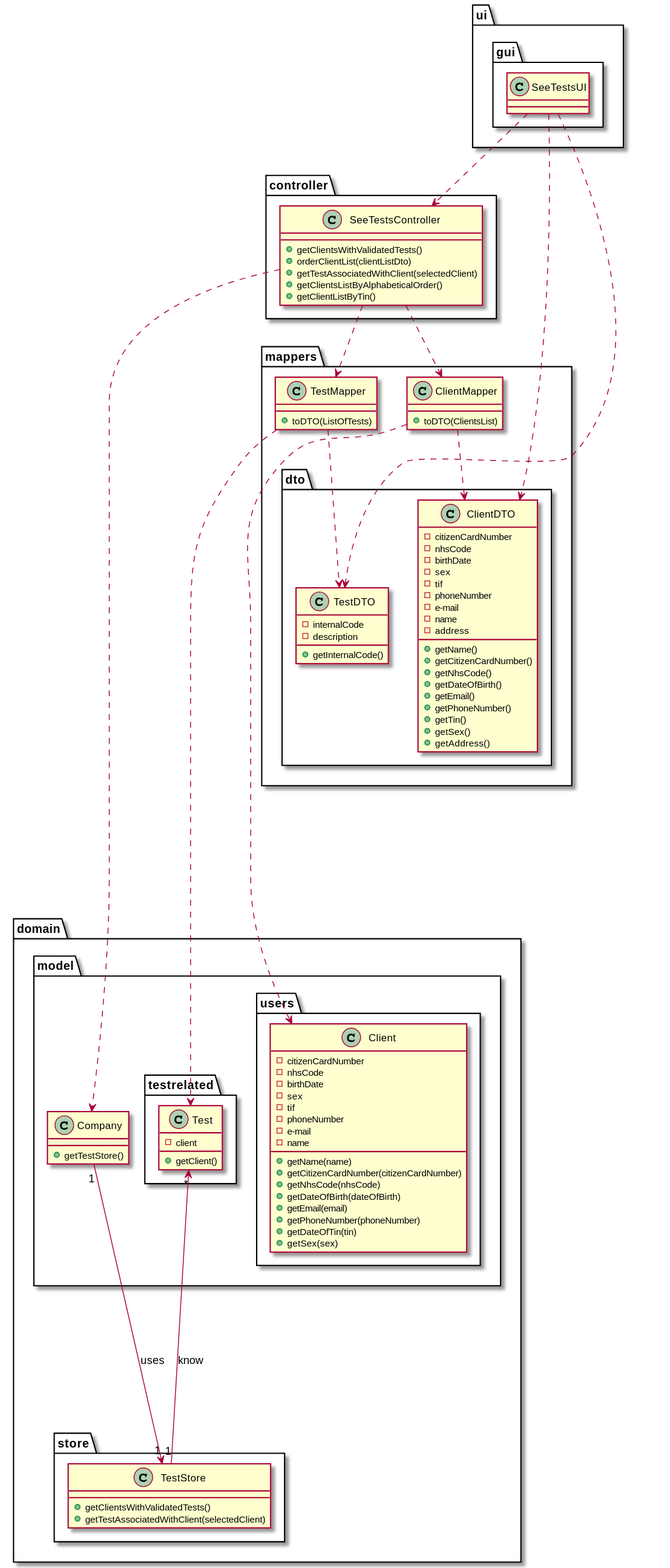
This is docs/SprintD/US13/US13_CD.svg from manu-07-ela/LAPR2_ISEP, a PlantUML export, as it was before one commit.
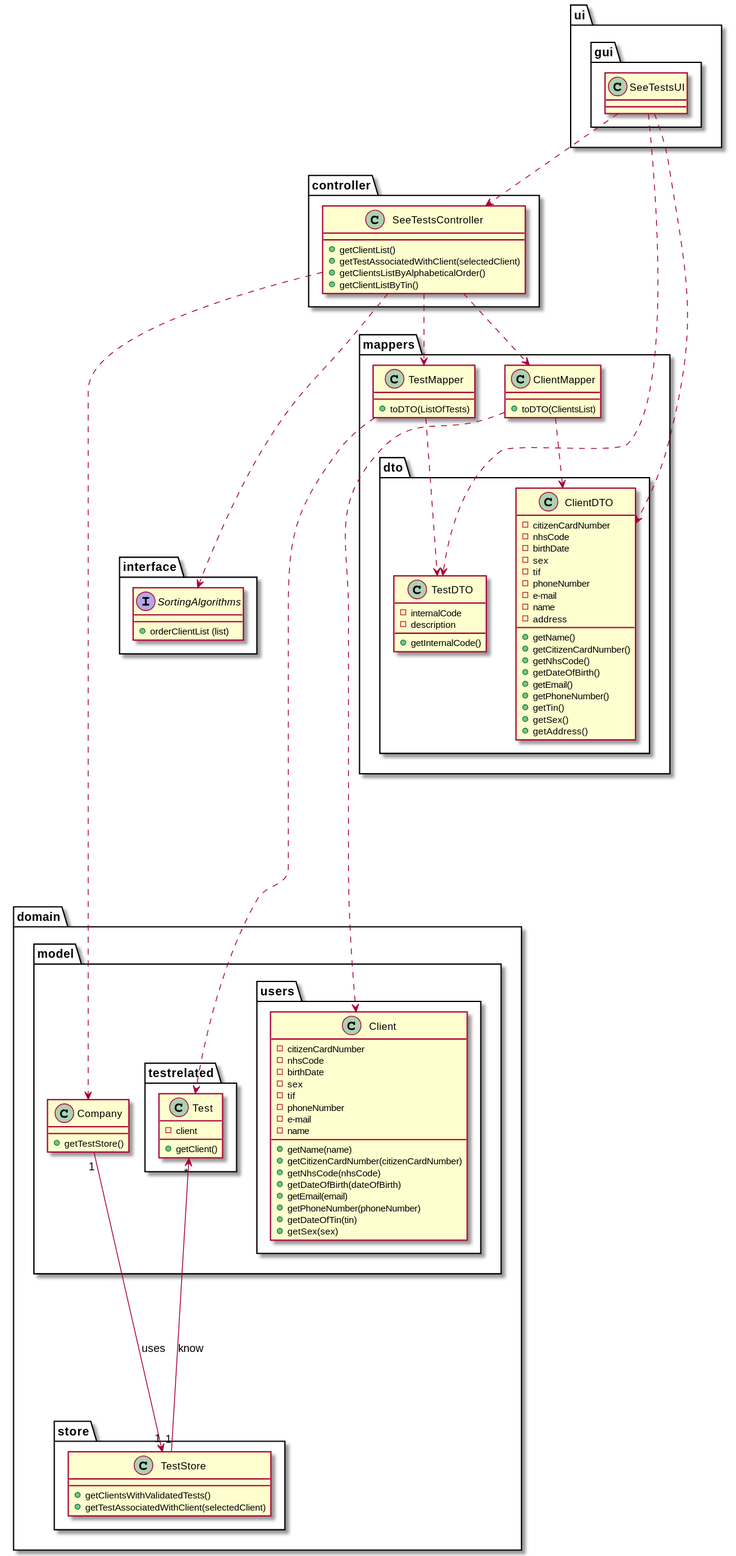
Above is the later version.

The edit, as a diff of the source:
```diff
@@ -32,12 +32,15 @@
 }
 }
 
+package interface {
+interface SortingAlgorithms
+}
+
 class SeeTestsUI {
 }
 
 class SeeTestsController {
-+getClientsWithValidatedTests()
-+orderClientList(clientListDto)
++getClientList()
 +getTestAssociatedWithClient(selectedClient)
 +getClientsListByAlphabeticalOrder()
 +getClientListByTin()
@@ -121,6 +124,10 @@
 
 }
 
+interface SortingAlgorithms{
++orderClientList (list)
+}
+
 SeeTestsUI .> SeeTestsController
 SeeTestsUI ....> ClientDTO
 SeeTestsUI ....> TestDTO
@@ -133,5 +140,6 @@
 TestMapper .....> Test
 ClientMapper ..> ClientDTO
 ClientMapper ..> Client
+SeeTestsController ...> SortingAlgorithms
 
 @enduml
```
